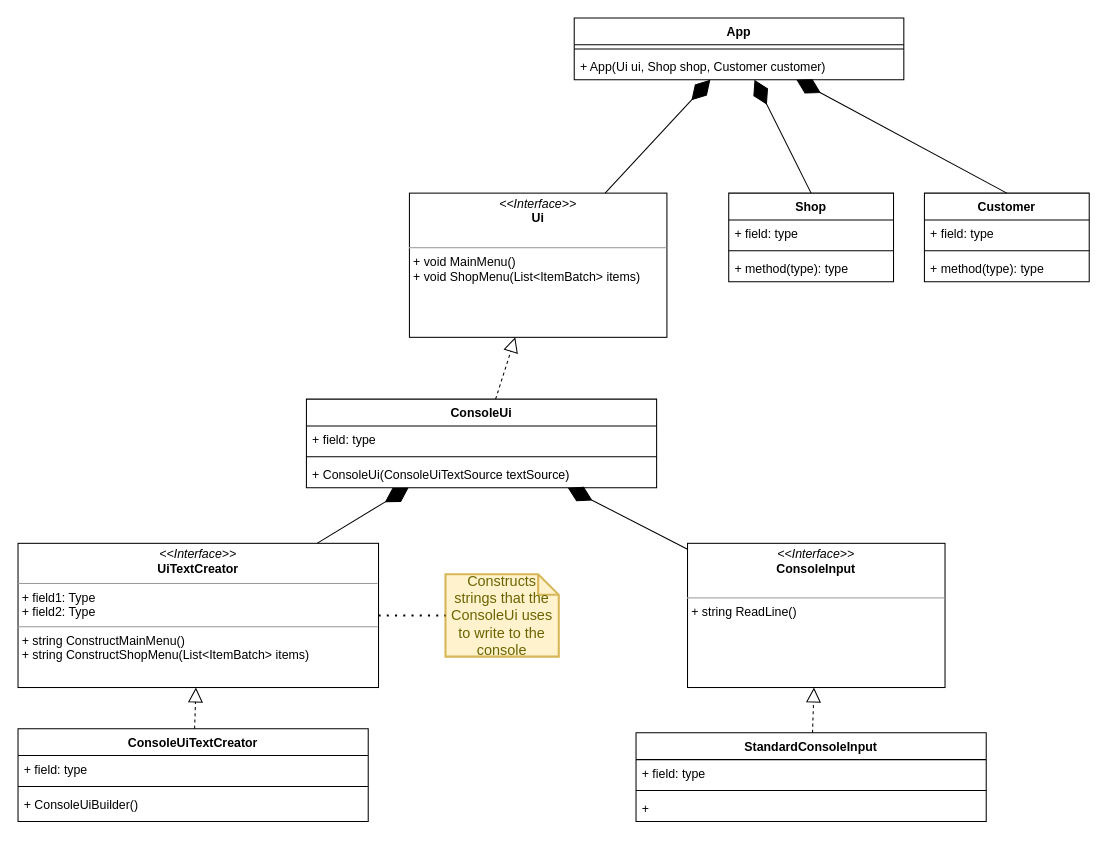
The draw.io diagram doc/Design.drawio in mirogon/TddShop, before the edit. Source tidied: cells renumbered, new cells numbered last; positions are measured from the earlier drawing's top-left corner, leaving out a move shared by most shapes. Both pictures are drawn from the tidied source at 103%, with x=0, y=0 at pixel (18, 18).
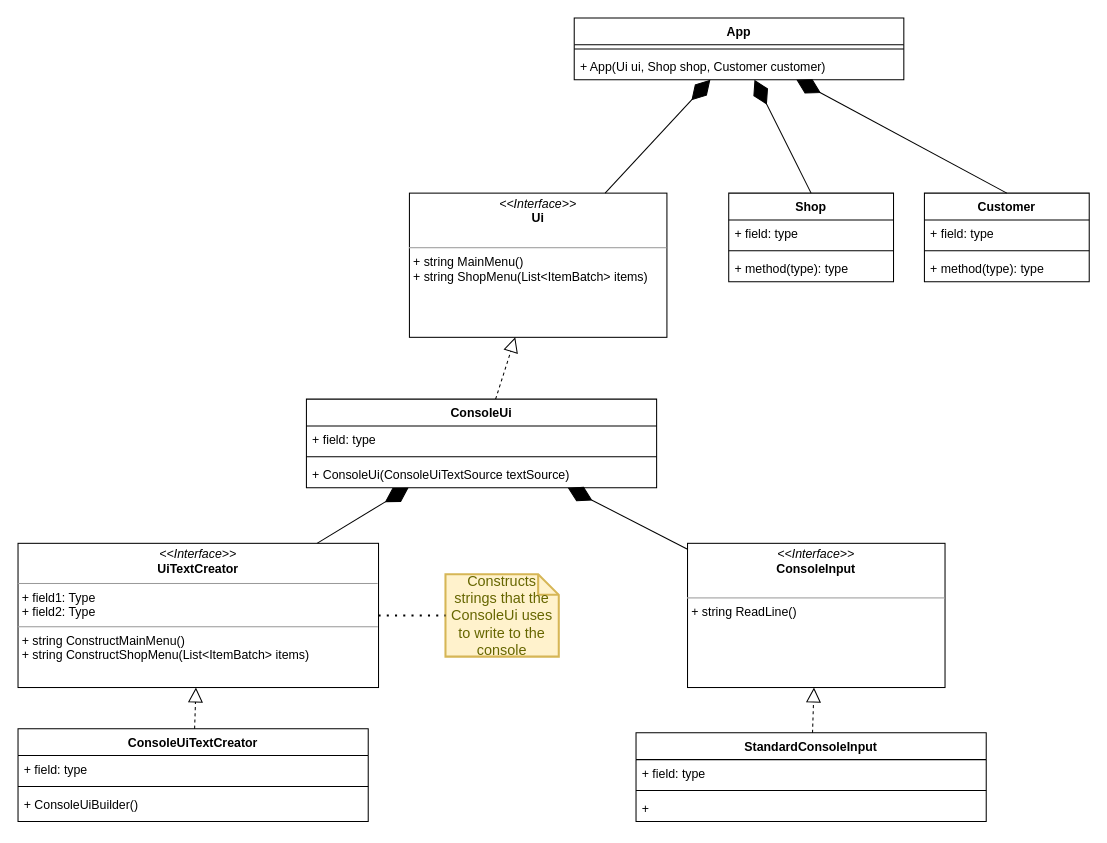
After the change.

What changed in the source:
```diff
@@
-    <mxCell id="5" value="&lt;p style=&quot;margin: 0px ; margin-top: 4px ; text-align: center&quot;&gt;&lt;i&gt;&amp;lt;&amp;lt;Interface&amp;gt;&amp;gt;&lt;/i&gt;&lt;br&gt;&lt;b&gt;Ui&lt;/b&gt;&lt;/p&gt;&lt;p style=&quot;margin: 0px ; margin-left: 4px&quot;&gt;&lt;br&gt;&lt;/p&gt;&lt;hr size=&quot;1&quot;&gt;&lt;p style=&quot;margin: 0px ; margin-left: 4px&quot;&gt;+ void MainMenu()&lt;br&gt;&lt;/p&gt;&lt;p style=&quot;margin: 0px ; margin-left: 4px&quot;&gt;+ void ShopMenu(List&amp;lt;ItemBatch&amp;gt; items)&lt;/p&gt;" style="verticalAlign=top;align=left;overflow=fill;fontSize=12;fontFamily=Helvetica;html=1;" parent="1" vertex="1">
+    <mxCell id="5" value="&lt;p style=&quot;margin: 0px ; margin-top: 4px ; text-align: center&quot;&gt;&lt;i&gt;&amp;lt;&amp;lt;Interface&amp;gt;&amp;gt;&lt;/i&gt;&lt;br&gt;&lt;b&gt;Ui&lt;/b&gt;&lt;/p&gt;&lt;p style=&quot;margin: 0px ; margin-left: 4px&quot;&gt;&lt;br&gt;&lt;/p&gt;&lt;hr size=&quot;1&quot;&gt;&lt;p style=&quot;margin: 0px ; margin-left: 4px&quot;&gt;+ string MainMenu()&lt;br&gt;&lt;/p&gt;&lt;p style=&quot;margin: 0px ; margin-left: 4px&quot;&gt;+ string ShopMenu(List&amp;lt;ItemBatch&amp;gt; items)&lt;/p&gt;" style="verticalAlign=top;align=left;overflow=fill;fontSize=12;fontFamily=Helvetica;html=1;" parent="1" vertex="1">
       <mxGeometry x="380" y="170" width="250" height="140" as="geometry" />
     </mxCell>
```
